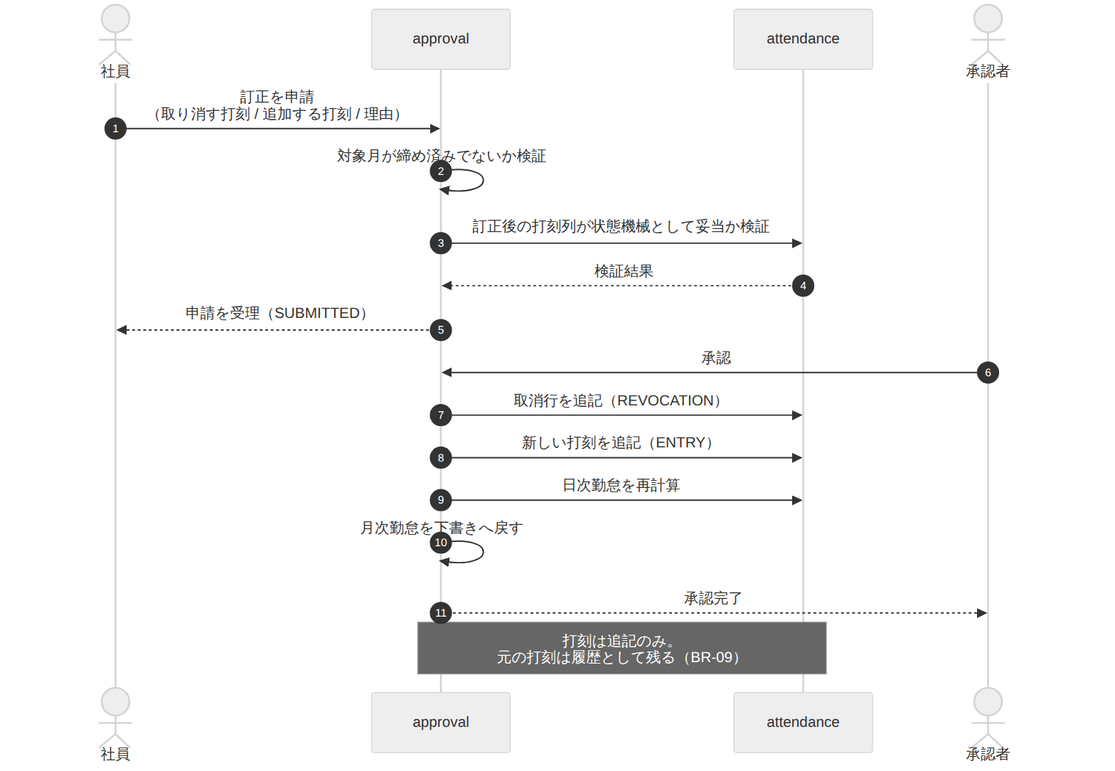
masaki-i02/newJavaProject keeps this Mermaid diagram as doc/02_詳細設計/05_申請承認と締め/images/打刻訂正のフロー.png. Above is the earlier version. Its source is kept beside it as doc/02_詳細設計/05_申請承認と締め/diagrams/打刻訂正のフロー.mmd.
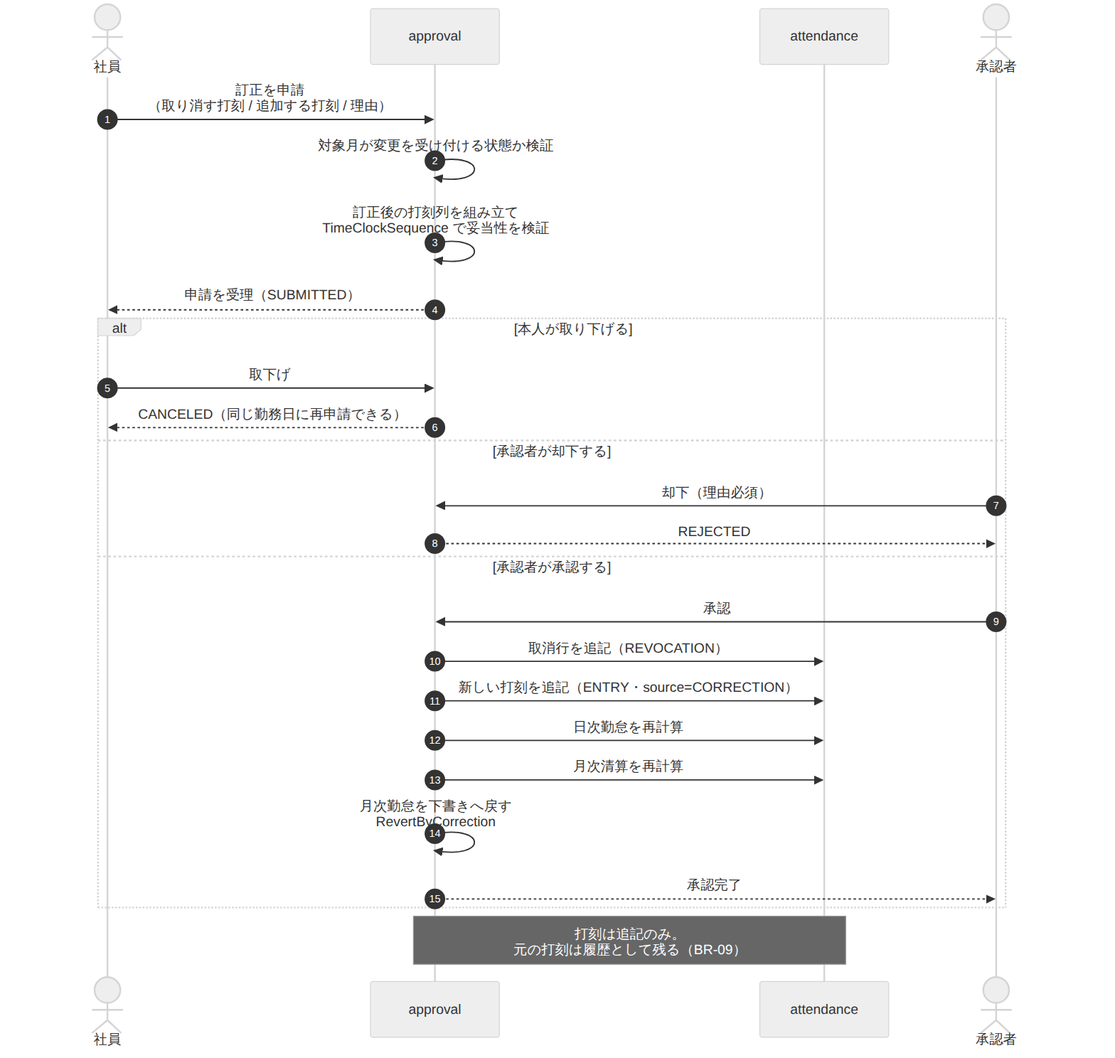
The same file after the commit.

The edit, as a diff of the source:
```diff
@@ -6,16 +6,24 @@
     actor M as 承認者
 
     E->>A: 訂正を申請<br/>（取り消す打刻 / 追加する打刻 / 理由）
-    A->>A: 対象月が締め済みでないか検証
-    A->>T: 訂正後の打刻列が状態機械として妥当か検証
-    T-->>A: 検証結果
+    A->>A: 対象月が変更を受け付ける状態か検証
+    A->>A: 訂正後の打刻列を組み立て<br/>TimeClockSequence で妥当性を検証
     A-->>E: 申請を受理（SUBMITTED）
 
-    M->>A: 承認
-    A->>T: 取消行を追記（REVOCATION）
-    A->>T: 新しい打刻を追記（ENTRY）
-    A->>T: 日次勤怠を再計算
-    A->>A: 月次勤怠を下書きへ戻す
-    A-->>M: 承認完了
+    alt 本人が取り下げる
+        E->>A: 取下げ
+        A-->>E: CANCELED（同じ勤務日に再申請できる）
+    else 承認者が却下する
+        M->>A: 却下（理由必須）
+        A-->>M: REJECTED
+    else 承認者が承認する
+        M->>A: 承認
+        A->>T: 取消行を追記（REVOCATION）
+        A->>T: 新しい打刻を追記（ENTRY・source=CORRECTION）
+        A->>T: 日次勤怠を再計算
+        A->>T: 月次清算を再計算
+        A->>A: 月次勤怠を下書きへ戻す<br/>RevertByCorrection
+        A-->>M: 承認完了
+    end
 
     Note over A,T: 打刻は追記のみ。<br/>元の打刻は履歴として残る（BR-09）
```
